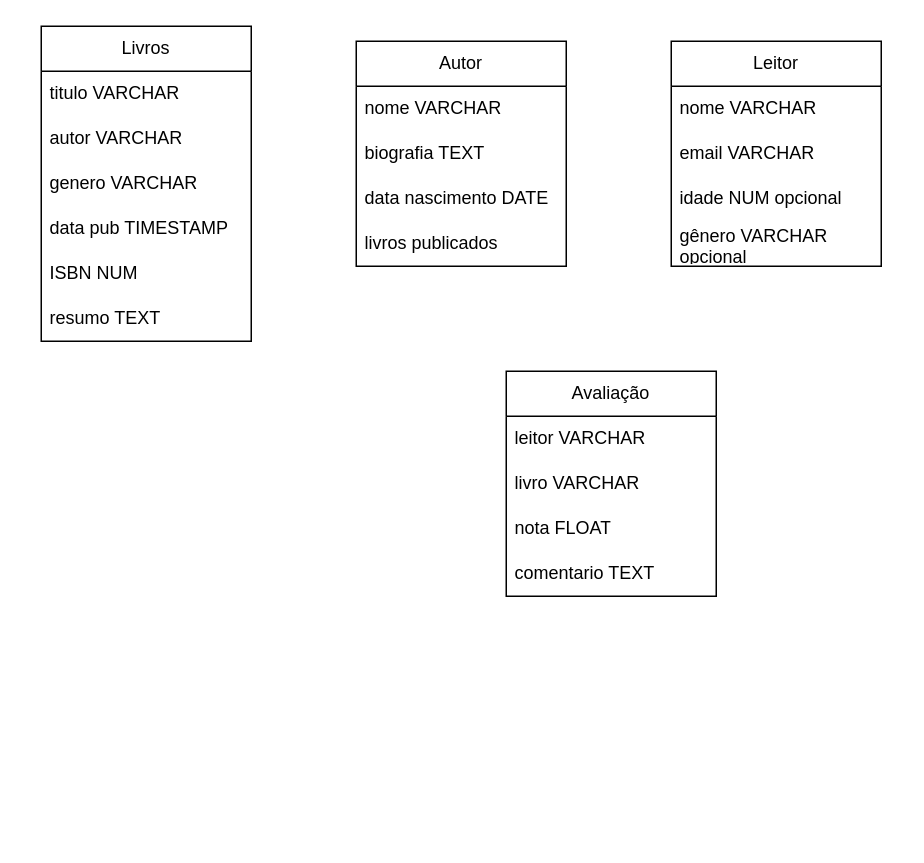
Earlier version of the draw.io diagram One bit code/4-Dados/exercicio4.drawio (KimberlyMartins/OneBitCode-Ruby). Source tidied: cells renumbered, new cells numbered last; positions are measured from the earlier drawing's top-left corner, leaving out a move shared by most shapes. Both pictures are drawn from the tidied source at 150%, with x=0, y=0 at pixel (40, 26).
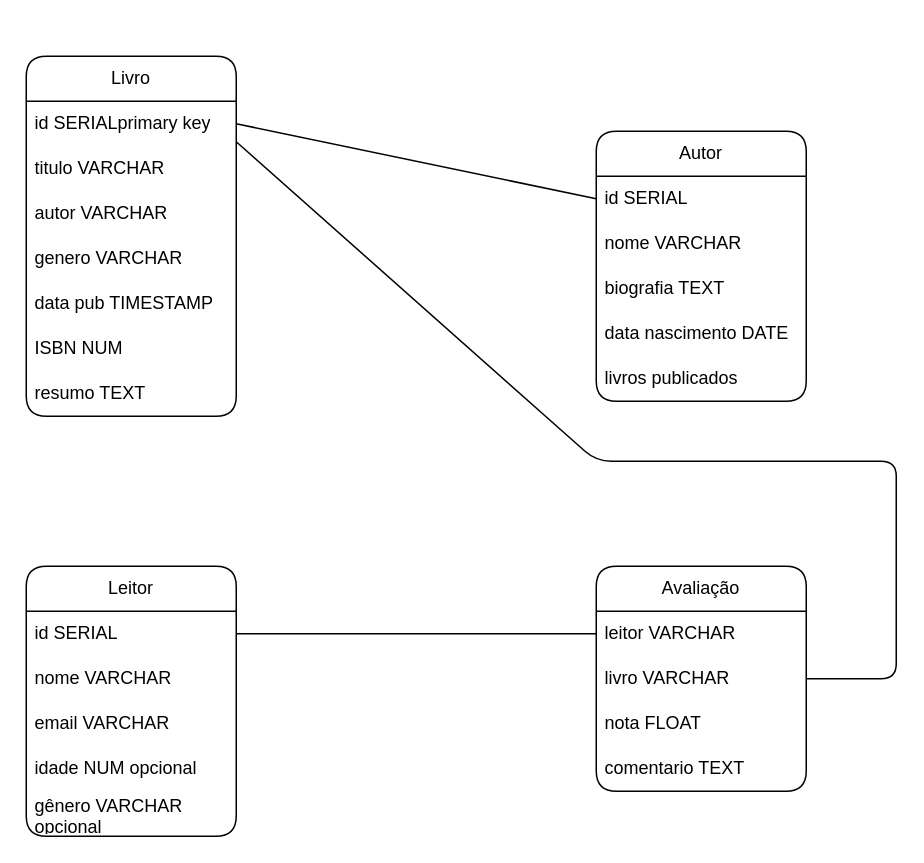
Above is the later version.

Unchanged cells that the change refers to:
```xml
<mxCell id="20" value="leitor VARCHAR" style="text;strokeColor=none;fillColor=none;align=left;verticalAlign=middle;spacingLeft=4;spacingRight=4;overflow=hidden;points=[[0,0.5],[1,0.5]];portConstraint=eastwest;whiteSpace=wrap;html=1;" parent="19" vertex="1">
  <mxGeometry y="30" width="140" height="30" as="geometry" />
</mxCell>
<mxCell id="21" value="livro VARCHAR&amp;nbsp;" style="text;strokeColor=none;fillColor=none;align=left;verticalAlign=middle;spacingLeft=4;spacingRight=4;overflow=hidden;points=[[0,0.5],[1,0.5]];portConstraint=eastwest;whiteSpace=wrap;html=1;" parent="19" vertex="1">
  <mxGeometry y="60" width="140" height="30" as="geometry" />
</mxCell>
```

What changed in the source:
```diff
@@
-    <mxCell id="2" value="Livros" style="swimlane;fontStyle=0;horizontal=1;startSize=30;whiteSpace=wrap;html=1;" parent="1" vertex="1">
-      <mxGeometry width="140" height="210" as="geometry" />
+    <mxCell id="2" value="Livro" style="swimlane;fontStyle=0;horizontal=1;startSize=30;whiteSpace=wrap;html=1;rounded=1;" parent="1" vertex="1">
+      <mxGeometry x="-10" y="20" width="140" height="240" as="geometry" />
     </mxCell>
+    <mxCell id="24" value="id SERIALprimary key" style="text;strokeColor=none;fillColor=none;align=left;verticalAlign=middle;spacingLeft=4;spacingRight=4;overflow=hidden;points=[[0,0.5],[1,0.5]];portConstraint=eastwest;whiteSpace=wrap;html=1;" parent="2" vertex="1">
+      <mxGeometry y="30" width="140" height="30" as="geometry" />
+    </mxCell>
     <mxCell id="3" value="titulo VARCHAR&amp;nbsp;" style="text;strokeColor=none;fillColor=none;align=left;verticalAlign=middle;spacingLeft=4;spacingRight=4;overflow=hidden;whiteSpace=wrap;html=1;" parent="2" vertex="1">
-      <mxGeometry y="30" width="140" height="30" as="geometry" />
+      <mxGeometry y="60" width="140" height="30" as="geometry" />
     </mxCell>
     <mxCell id="4" value="autor VARCHAR" style="text;strokeColor=none;fillColor=none;align=left;verticalAlign=middle;spacingLeft=4;spacingRight=4;overflow=hidden;whiteSpace=wrap;html=1;" parent="2" vertex="1">
-      <mxGeometry y="60" width="140" height="30" as="geometry" />
+      <mxGeometry y="90" width="140" height="30" as="geometry" />
     </mxCell>
     <mxCell id="5" value="genero VARCHAR" style="text;strokeColor=none;fillColor=none;align=left;verticalAlign=middle;spacingLeft=4;spacingRight=4;overflow=hidden;whiteSpace=wrap;html=1;" parent="2" vertex="1">
-      <mxGeometry y="90" width="140" height="30" as="geometry" />
+      <mxGeometry y="120" width="140" height="30" as="geometry" />
     </mxCell>
     <mxCell id="6" value="data pub TIMESTAMP" style="text;strokeColor=none;fillColor=none;align=left;verticalAlign=middle;spacingLeft=4;spacingRight=4;overflow=hidden;whiteSpace=wrap;html=1;" parent="2" vertex="1">
-      <mxGeometry y="120" width="140" height="30" as="geometry" />
+      <mxGeometry y="150" width="140" height="30" as="geometry" />
     </mxCell>
     <mxCell id="7" value="ISBN NUM" style="text;strokeColor=none;fillColor=none;align=left;verticalAlign=middle;spacingLeft=4;spacingRight=4;overflow=hidden;whiteSpace=wrap;html=1;" parent="2" vertex="1">
-      <mxGeometry y="150" width="140" height="30" as="geometry" />
+      <mxGeometry y="180" width="140" height="30" as="geometry" />
     </mxCell>
     <mxCell id="8" value="resumo TEXT" style="text;strokeColor=none;fillColor=none;align=left;verticalAlign=middle;spacingLeft=4;spacingRight=4;overflow=hidden;whiteSpace=wrap;html=1;" parent="2" vertex="1">
-      <mxGeometry y="180" width="140" height="30" as="geometry" />
+      <mxGeometry y="210" width="140" height="30" as="geometry" />
     </mxCell>
-    <mxCell id="9" value="Autor" style="swimlane;fontStyle=0;horizontal=1;startSize=30;whiteSpace=wrap;html=1;" parent="1" vertex="1">
-      <mxGeometry x="210" y="10" width="140" height="150" as="geometry" />
+    <mxCell id="9" value="Autor" style="swimlane;fontStyle=0;horizontal=1;startSize=30;whiteSpace=wrap;html=1;rounded=1;" parent="1" vertex="1">
+      <mxGeometry x="370" y="70" width="140" height="180" as="geometry" />
     </mxCell>
+    <mxCell id="25" value="id SERIAL" style="text;strokeColor=none;fillColor=none;align=left;verticalAlign=middle;spacingLeft=4;spacingRight=4;overflow=hidden;points=[[0,0.5],[1,0.5]];portConstraint=eastwest;whiteSpace=wrap;html=1;" parent="9" vertex="1">
+      <mxGeometry y="30" width="140" height="30" as="geometry" />
+    </mxCell>
     <mxCell id="10" value="nome VARCHAR" style="text;strokeColor=none;fillColor=none;align=left;verticalAlign=middle;spacingLeft=4;spacingRight=4;overflow=hidden;whiteSpace=wrap;html=1;" parent="9" vertex="1">
-      <mxGeometry y="30" width="140" height="30" as="geometry" />
+      <mxGeometry y="60" width="140" height="30" as="geometry" />
     </mxCell>
     <mxCell id="11" value="biografia TEXT" style="text;strokeColor=none;fillColor=none;align=left;verticalAlign=middle;spacingLeft=4;spacingRight=4;overflow=hidden;whiteSpace=wrap;html=1;" parent="9" vertex="1">
-      <mxGeometry y="60" width="140" height="30" as="geometry" />
+      <mxGeometry y="90" width="140" height="30" as="geometry" />
     </mxCell>
     <mxCell id="12" value="data nascimento DATE" style="text;strokeColor=none;fillColor=none;align=left;verticalAlign=middle;spacingLeft=4;spacingRight=4;overflow=hidden;whiteSpace=wrap;html=1;" parent="9" vertex="1">
-      <mxGeometry y="90" width="140" height="30" as="geometry" />
+      <mxGeometry y="120" width="140" height="30" as="geometry" />
     </mxCell>
     <mxCell id="13" value="livros publicados" style="text;strokeColor=none;fillColor=none;align=left;verticalAlign=middle;spacingLeft=4;spacingRight=4;overflow=hidden;whiteSpace=wrap;html=1;" parent="9" vertex="1">
-      <mxGeometry y="120" width="140" height="30" as="geometry" />
+      <mxGeometry y="150" width="140" height="30" as="geometry" />
     </mxCell>
-    <mxCell id="14" value="Leitor" style="swimlane;fontStyle=0;horizontal=1;startSize=30;whiteSpace=wrap;html=1;" parent="1" vertex="1">
-      <mxGeometry x="420" y="10" width="140" height="150" as="geometry" />
+    <mxCell id="14" value="Leitor" style="swimlane;fontStyle=0;horizontal=1;startSize=30;whiteSpace=wrap;html=1;rounded=1;" parent="1" vertex="1">
+      <mxGeometry x="-10" y="360" width="140" height="180" as="geometry" />
     </mxCell>
+    <mxCell id="26" value="id SERIAL" style="text;strokeColor=none;fillColor=none;align=left;verticalAlign=middle;spacingLeft=4;spacingRight=4;overflow=hidden;points=[[0,0.5],[1,0.5]];portConstraint=eastwest;whiteSpace=wrap;html=1;" parent="14" vertex="1">
+      <mxGeometry y="30" width="140" height="30" as="geometry" />
+    </mxCell>
     <mxCell id="15" value="nome VARCHAR" style="text;strokeColor=none;fillColor=none;align=left;verticalAlign=middle;spacingLeft=4;spacingRight=4;overflow=hidden;whiteSpace=wrap;html=1;" parent="14" vertex="1">
-      <mxGeometry y="30" width="140" height="30" as="geometry" />
+      <mxGeometry y="60" width="140" height="30" as="geometry" />
     </mxCell>
     <mxCell id="16" value="email VARCHAR" style="text;strokeColor=none;fillColor=none;align=left;verticalAlign=middle;spacingLeft=4;spacingRight=4;overflow=hidden;whiteSpace=wrap;html=1;" parent="14" vertex="1">
-      <mxGeometry y="60" width="140" height="30" as="geometry" />
+      <mxGeometry y="90" width="140" height="30" as="geometry" />
     </mxCell>
     <mxCell id="17" value="idade NUM opcional" style="text;strokeColor=none;fillColor=none;align=left;verticalAlign=middle;spacingLeft=4;spacingRight=4;overflow=hidden;whiteSpace=wrap;html=1;" parent="14" vertex="1">
-      <mxGeometry y="90" width="140" height="30" as="geometry" />
+      <mxGeometry y="120" width="140" height="30" as="geometry" />
     </mxCell>
     <mxCell id="18" value="gênero VARCHAR opcional" style="text;strokeColor=none;fillColor=none;align=left;verticalAlign=middle;spacingLeft=4;spacingRight=4;overflow=hidden;whiteSpace=wrap;html=1;" parent="14" vertex="1">
-      <mxGeometry y="120" width="140" height="30" as="geometry" />
+      <mxGeometry y="150" width="140" height="30" as="geometry" />
     </mxCell>
-    <mxCell id="19" value="Avaliação" style="swimlane;fontStyle=0;horizontal=1;startSize=30;whiteSpace=wrap;html=1;" parent="1" vertex="1">
-      <mxGeometry x="310" y="230" width="140" height="150" as="geometry" />
+    <mxCell id="19" value="Avaliação" style="swimlane;fontStyle=0;horizontal=1;startSize=30;whiteSpace=wrap;html=1;swimlaneLine=1;rounded=1;" parent="1" vertex="1">
+      <mxGeometry x="370" y="360" width="140" height="150" as="geometry" />
     </mxCell>
@@
+    <mxCell id="27" style="endArrow=none;html=1;entryX=0;entryY=0.5;entryDx=0;entryDy=0;exitX=1;exitY=0.5;exitDx=0;exitDy=0;" parent="1" edge="1" source="24" target="25">
+      <mxGeometry relative="1" as="geometry" />
+    </mxCell>
+    <mxCell id="28" style="endArrow=none;html=1;exitX=1;exitY=0.5;exitDx=0;exitDy=0;entryX=0;entryY=0.5;entryDx=0;entryDy=0;" parent="1" edge="1" source="26" target="20">
+      <mxGeometry relative="1" as="geometry" />
+    </mxCell>
+    <mxCell id="29" style="endArrow=none;html=1;exitX=1;exitY=0.5;exitDx=0;exitDy=0;entryX=1;entryY=0.9;entryDx=0;entryDy=0;entryPerimeter=0;" parent="1" edge="1" source="21" target="24">
+      <mxGeometry relative="1" as="geometry">
+        <Array as="points">
+          <mxPoint x="570" y="435" />
+          <mxPoint x="570" y="290" />
+          <mxPoint x="370" y="290" />
+        </Array>
+      </mxGeometry>
+    </mxCell>
```
